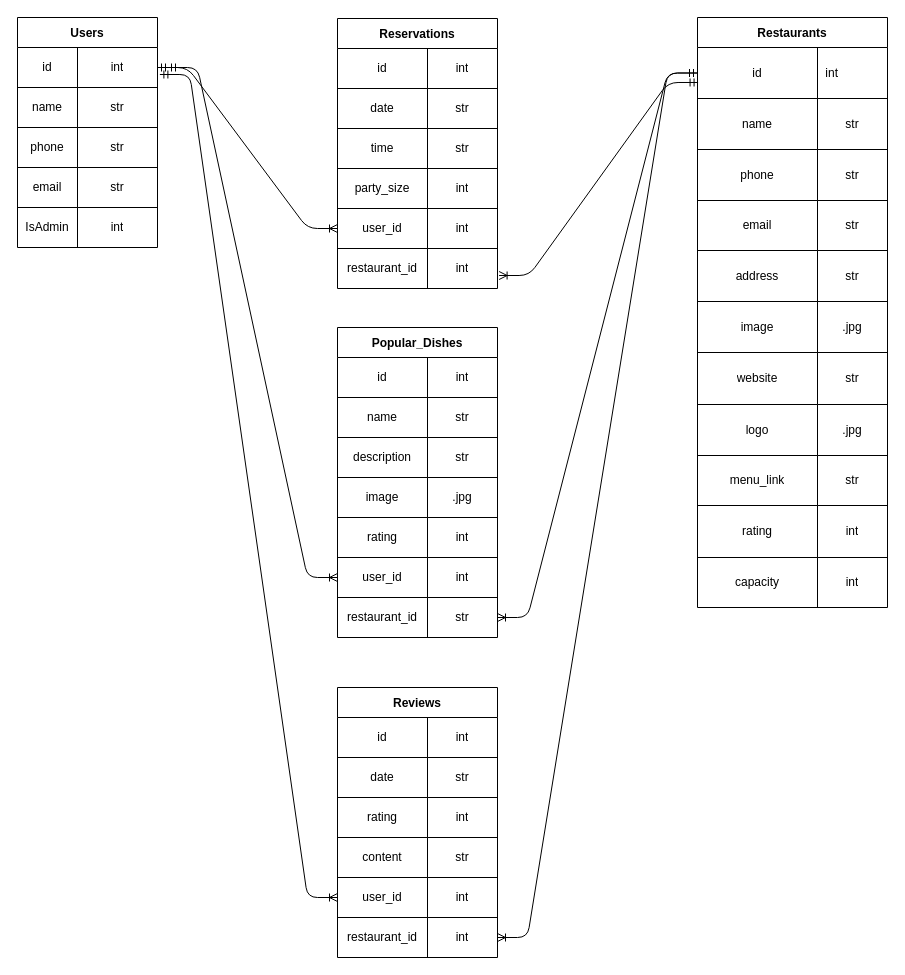
Earlier version of the draw.io diagram database_stretch.drawio (christopherthai/bite-reserve). Source tidied: cells renumbered, new cells numbered last; positions are measured from the earlier drawing's top-left corner, leaving out a move shared by most shapes. Both pictures are drawn from the tidied source at 100%, with x=0, y=0 at pixel (17, 17).
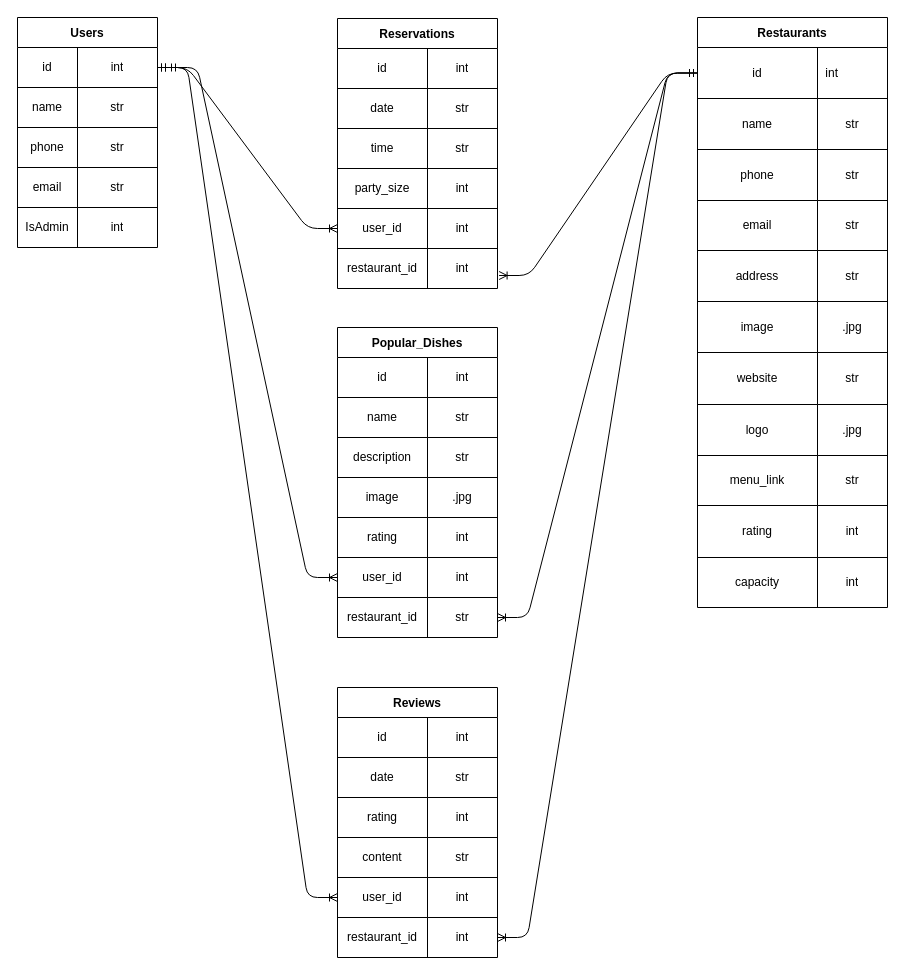
The same page after the edit.

Commit message (it also covers changes not shown here):
template for creating tables in sql.

The change refers to these unchanged cells:
```xml
<mxCell id="3" style="shape=tableRow;horizontal=0;startSize=0;swimlaneHead=0;swimlaneBody=0;top=0;left=0;bottom=0;right=0;fillColor=none;points=[[0,0.5],[1,0.5]];portConstraint=eastwest;" parent="2" vertex="1">
  <mxGeometry y="30" width="140" height="40" as="geometry" />
</mxCell>
<mxCell id="19" style="shape=tableRow;horizontal=0;startSize=0;swimlaneHead=0;swimlaneBody=0;top=0;left=0;bottom=0;right=0;fillColor=none;points=[[0,0.5],[1,0.5]];portConstraint=eastwest;" parent="18" vertex="1">
  <mxGeometry y="30" width="190" height="51" as="geometry" />
</mxCell>
<mxCell id="68" style="shape=tableRow;horizontal=0;startSize=0;swimlaneHead=0;swimlaneBody=0;top=0;left=0;bottom=0;right=0;fillColor=none;points=[[0,0.5],[1,0.5]];portConstraint=eastwest;" parent="52" vertex="1">
  <mxGeometry y="230" width="160" height="40" as="geometry" />
</mxCell>
<mxCell id="84" style="shape=tableRow;horizontal=0;startSize=0;swimlaneHead=0;swimlaneBody=0;top=0;left=0;bottom=0;right=0;fillColor=none;points=[[0,0.5],[1,0.5]];portConstraint=eastwest;" parent="71" vertex="1">
  <mxGeometry y="190" width="160" height="40" as="geometry" />
</mxCell>
```

The edit, as a diff of the source:
```diff
@@
-    <mxCell id="115" style="edgeStyle=entityRelationEdgeStyle;fontSize=12;html=1;endArrow=ERoneToMany;startArrow=ERmandOne;exitX=0.003;exitY=0.686;exitDx=0;exitDy=0;entryX=1.01;entryY=0.675;entryDx=0;entryDy=0;exitPerimeter=0;entryPerimeter=0;" parent="1" edge="1" source="19" target="68">
+    <mxCell id="115" style="edgeStyle=entityRelationEdgeStyle;fontSize=12;html=1;endArrow=ERoneToMany;startArrow=ERmandOne;exitX=0;exitY=0.5;exitDx=0;exitDy=0;entryX=1.01;entryY=0.675;entryDx=0;entryDy=0;entryPerimeter=0;" parent="1" edge="1" source="19" target="68">
       <mxGeometry relative="1" as="geometry" />
     </mxCell>
@@
-    <mxCell id="117" style="edgeStyle=entityRelationEdgeStyle;fontSize=12;html=1;endArrow=ERoneToMany;startArrow=ERmandOne;entryX=0;entryY=0.5;entryDx=0;entryDy=0;exitX=1.017;exitY=0.675;exitDx=0;exitDy=0;exitPerimeter=0;" parent="1" edge="1" source="3" target="84">
+    <mxCell id="117" style="edgeStyle=entityRelationEdgeStyle;fontSize=12;html=1;endArrow=ERoneToMany;startArrow=ERmandOne;entryX=0;entryY=0.5;entryDx=0;entryDy=0;exitX=1;exitY=0.5;exitDx=0;exitDy=0;" parent="1" edge="1" source="3" target="84">
       <mxGeometry relative="1" as="geometry" />
     </mxCell>
```
